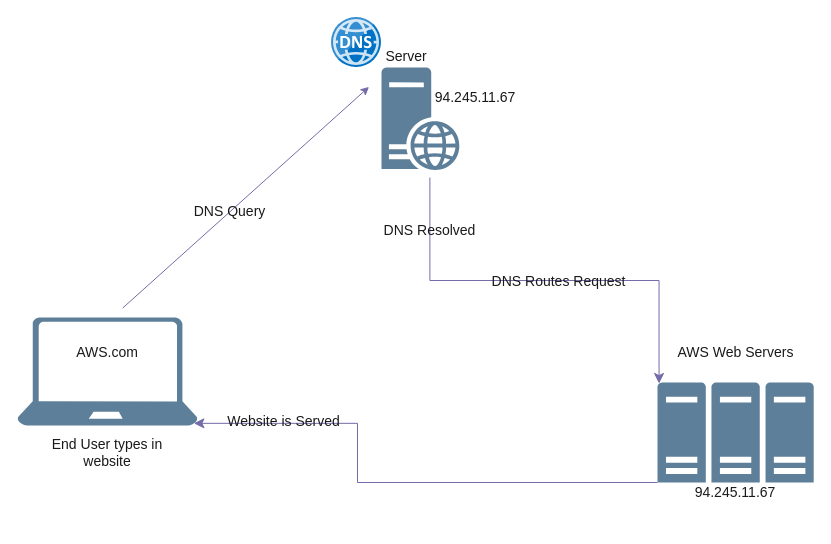
Seagram789/Diagrams keeps this draw.io diagram as DNS Diagram.drawio. Above is the earlier version. Source tidied: cells renumbered, new cells numbered last; positions are measured from the earlier drawing's top-left corner, leaving out a move shared by most shapes. Both pictures are drawn from the tidied source at 100%, with x=0, y=0 at pixel (17, 17).
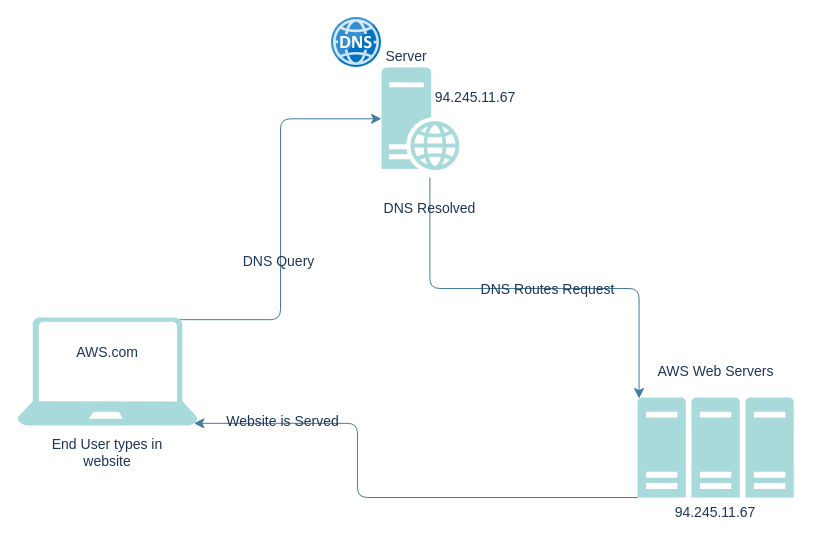
Above is the later version.

Diff of the diagram source:
```diff
@@
-    <mxCell id="2" style="shadow=0;dashed=0;html=1;strokeColor=none;labelPosition=center;verticalLabelPosition=bottom;verticalAlign=top;align=center;fillColor=#5D7F99;shape=mxgraph.mscae.enterprise.server_farm;labelBackgroundColor=none;fontColor=#1A1A1A;rounded=0;" parent="1" vertex="1">
-      <mxGeometry x="640" y="365" width="156.2" height="100" as="geometry" />
-    </mxCell>
-    <mxCell id="3" style="image;html=1;align=center;fontSize=12;image=img/lib/mscae/DNS.svg;labelBackgroundColor=none;fillColor=#5D7F99;strokeColor=#D0CEE2;fontColor=#1A1A1A;rounded=0;" parent="1" vertex="1">
-      <mxGeometry x="314" width="50" height="50" as="geometry" />
-    </mxCell>
-    <mxCell id="4" style="shadow=0;dashed=0;html=1;strokeColor=none;labelPosition=center;verticalLabelPosition=bottom;verticalAlign=top;align=center;fillColor=#5D7F99;shape=mxgraph.azure.laptop;labelBackgroundColor=none;fontColor=#1A1A1A;rounded=0;" parent="1" vertex="1">
-      <mxGeometry y="300" width="180" height="108" as="geometry" />
-    </mxCell>
-    <mxCell id="5" value="&lt;font style=&quot;font-size: 14px;&quot;&gt;AWS.com&lt;/font&gt;" style="text;strokeColor=none;align=center;fillColor=none;html=1;verticalAlign=middle;whiteSpace=wrap;rounded=0;labelBackgroundColor=none;fontColor=#1A1A1A;" parent="1" vertex="1">
-      <mxGeometry x="60" y="320" width="60" height="30" as="geometry" />
-    </mxCell>
-    <mxCell id="6" value="&lt;font style=&quot;font-size: 14px;&quot;&gt;End User types in website&lt;/font&gt;" style="text;strokeColor=none;align=center;fillColor=none;html=1;verticalAlign=middle;whiteSpace=wrap;rounded=0;labelBackgroundColor=none;fontColor=#1A1A1A;" parent="1" vertex="1">
-      <mxGeometry x="30" y="420" width="120" height="30" as="geometry" />
-    </mxCell>
-    <mxCell id="7" style="endArrow=classic;html=1;rounded=0;entryX=-0.112;entryY=0.094;entryDx=0;entryDy=0;entryPerimeter=0;exitX=0.584;exitY=-0.087;exitDx=0;exitDy=0;exitPerimeter=0;labelBackgroundColor=none;strokeColor=#736CA8;fontColor=default;" parent="1" edge="1" source="4">
-      <mxGeometry relative="1" as="geometry">
-        <mxPoint x="351.5" y="69.4" as="targetPoint" />
-      </mxGeometry>
-    </mxCell>
-    <mxCell id="8" value="&lt;font style=&quot;font-size: 14px;&quot;&gt;DNS Query&lt;/font&gt;" style="edgeLabel;html=1;align=center;verticalAlign=middle;labelBackgroundColor=none;fontColor=#1A1A1A;rounded=0;" parent="7" vertex="1">
-      <mxGeometry x="-0.13" y="1" relative="1" as="geometry" />
-    </mxCell>
-    <mxCell id="9" style="edgeStyle=elbowEdgeStyle;elbow=horizontal;endArrow=classic;html=1;curved=0;rounded=0;endSize=8;startSize=8;entryX=0.98;entryY=0.98;entryDx=0;entryDy=0;entryPerimeter=0;exitX=0;exitY=1;exitDx=0;exitDy=0;exitPerimeter=0;labelBackgroundColor=none;strokeColor=#736CA8;fontColor=default;" parent="1" edge="1" source="2" target="4">
+    <mxCell id="9" style="edgeStyle=elbowEdgeStyle;elbow=horizontal;endArrow=classic;html=1;curved=0;rounded=1;endSize=8;startSize=8;entryX=0.98;entryY=0.98;entryDx=0;entryDy=0;entryPerimeter=0;exitX=0;exitY=1;exitDx=0;exitDy=0;exitPerimeter=0;labelBackgroundColor=none;strokeColor=#457B9D;fontColor=default;" parent="1" edge="1" source="2" target="4">
       <mxGeometry relative="1" as="geometry">
         <Array as="points">
           <mxPoint x="340" y="370" />
         </Array>
       </mxGeometry>
     </mxCell>
-    <mxCell id="10" value="&lt;font style=&quot;font-size: 14px;&quot;&gt;Website is Served&lt;/font&gt;" style="edgeLabel;html=1;align=center;verticalAlign=middle;labelBackgroundColor=none;fontColor=#1A1A1A;rounded=0;" parent="9" vertex="1">
+    <mxCell id="10" value="&lt;font style=&quot;font-size: 14px;&quot;&gt;Website is Served&lt;/font&gt;" style="edgeLabel;html=1;align=center;verticalAlign=middle;labelBackgroundColor=none;fontColor=#1D3557;rounded=1;" parent="9" vertex="1">
       <mxGeometry x="0.66" y="-2" relative="1" as="geometry" />
     </mxCell>
-    <mxCell id="11" style="edgeStyle=elbowEdgeStyle;elbow=vertical;endArrow=classic;html=1;curved=0;rounded=0;endSize=8;startSize=8;exitX=0.69;exitY=1;exitDx=0;exitDy=0;exitPerimeter=0;entryX=0.01;entryY=0.01;entryDx=0;entryDy=0;entryPerimeter=0;labelBackgroundColor=none;strokeColor=#736CA8;fontColor=default;" parent="1" edge="1" target="2">
+    <mxCell id="11" style="edgeStyle=elbowEdgeStyle;elbow=vertical;endArrow=classic;html=1;curved=0;rounded=1;endSize=8;startSize=8;exitX=0.69;exitY=1;exitDx=0;exitDy=0;exitPerimeter=0;entryX=0.01;entryY=0.01;entryDx=0;entryDy=0;entryPerimeter=0;labelBackgroundColor=none;strokeColor=#457B9D;fontColor=default;" parent="1" edge="1" target="2">
       <mxGeometry relative="1" as="geometry">
         <mxPoint x="412.4" y="160" as="sourcePoint" />
       </mxGeometry>
     </mxCell>
-    <mxCell id="12" value="&lt;font style=&quot;font-size: 14px;&quot;&gt;DNS Resolved&lt;/font&gt;" style="edgeLabel;html=1;align=center;verticalAlign=middle;labelBackgroundColor=none;fontColor=#1A1A1A;rounded=0;" parent="11" vertex="1">
-      <mxGeometry x="-0.76" y="-1" relative="1" as="geometry" />
+    <mxCell id="12" value="&lt;font style=&quot;font-size: 14px;&quot;&gt;DNS Resolved&lt;/font&gt;" style="edgeLabel;html=1;align=center;verticalAlign=middle;labelBackgroundColor=none;fontColor=#1D3557;rounded=1;" parent="11" vertex="1">
+      <mxGeometry x="-0.76" y="-1" relative="1" as="geometry">
+        <mxPoint y="-22" as="offset" />
+      </mxGeometry>
     </mxCell>
-    <mxCell id="13" value="&lt;font style=&quot;font-size: 14px;&quot;&gt;DNS Routes Request&lt;/font&gt;" style="edgeLabel;html=1;align=center;verticalAlign=middle;labelBackgroundColor=none;fontColor=#1A1A1A;rounded=0;" parent="11" vertex="1">
+    <mxCell id="13" value="&lt;font style=&quot;font-size: 14px;&quot;&gt;DNS Routes Request&lt;/font&gt;" style="edgeLabel;html=1;align=center;verticalAlign=middle;labelBackgroundColor=none;fontColor=#1D3557;rounded=1;" parent="11" vertex="1">
       <mxGeometry x="0.2" relative="1" as="geometry">
         <mxPoint x="-30" as="offset" />
       </mxGeometry>
     </mxCell>
+    <mxCell id="19" style="edgeStyle=elbowEdgeStyle;elbow=horizontal;endArrow=classic;html=1;curved=0;rounded=1;endSize=8;startSize=8;strokeColor=#457B9D;fontColor=default;exitX=0.9;exitY=0.02;exitDx=0;exitDy=0;exitPerimeter=0;entryX=0;entryY=0.5;entryDx=0;entryDy=0;entryPerimeter=0;labelBackgroundColor=none;" parent="1" edge="1" source="4" target="16">
+      <mxGeometry relative="1" as="geometry" />
+    </mxCell>
+    <mxCell id="8" value="&lt;font style=&quot;font-size: 14px;&quot;&gt;DNS Query&lt;/font&gt;" style="edgeLabel;html=1;align=center;verticalAlign=middle;fontColor=#1D3557;rounded=1;labelBackgroundColor=none;" parent="19" vertex="1">
+      <mxGeometry x="-0.23" relative="1" as="geometry">
+        <mxPoint x="-3" y="-5" as="offset" />
+      </mxGeometry>
+    </mxCell>
+    <mxCell id="20" style="group;" parent="1" vertex="1">
+      <mxGeometry x="620" y="339" width="156.2" height="171" as="geometry" />
+    </mxCell>
+    <mxCell id="2" style="shadow=0;dashed=0;html=1;strokeColor=none;labelPosition=center;verticalLabelPosition=bottom;verticalAlign=top;align=center;fillColor=#A8DADC;shape=mxgraph.mscae.enterprise.server_farm;labelBackgroundColor=none;fontColor=#1D3557;rounded=1;" parent="20" vertex="1">
+      <mxGeometry y="41" width="156.2" height="100" as="geometry" />
+    </mxCell>
+    <mxCell id="17" value="&lt;font style=&quot;font-size: 14px;&quot;&gt;AWS Web Servers&lt;/font&gt;" style="text;strokeColor=none;align=center;fillColor=none;html=1;verticalAlign=middle;whiteSpace=wrap;rounded=1;labelBackgroundColor=none;fontColor=#1D3557;" parent="20" vertex="1">
+      <mxGeometry x="9.7" width="136.9" height="30" as="geometry" />
+    </mxCell>
+    <mxCell id="18" value="&lt;font style=&quot;font-size: 14px;&quot;&gt;94.245.11.67&lt;/font&gt;" style="text;strokeColor=none;align=center;fillColor=none;html=1;verticalAlign=middle;whiteSpace=wrap;rounded=1;labelBackgroundColor=none;fontColor=#1D3557;" parent="20" vertex="1">
+      <mxGeometry x="48.1" y="141" width="60" height="30" as="geometry" />
+    </mxCell>
+    <mxCell id="21" style="group;" parent="1" vertex="1">
+      <mxGeometry y="300" width="180" height="150" as="geometry" />
+    </mxCell>
+    <mxCell id="4" style="shadow=0;dashed=0;html=1;strokeColor=none;labelPosition=center;verticalLabelPosition=bottom;verticalAlign=top;align=center;fillColor=#A8DADC;shape=mxgraph.azure.laptop;labelBackgroundColor=none;fontColor=#1D3557;rounded=1;" parent="21" vertex="1">
+      <mxGeometry width="180" height="108" as="geometry" />
+    </mxCell>
+    <mxCell id="5" value="&lt;font style=&quot;font-size: 14px;&quot;&gt;AWS.com&lt;/font&gt;" style="text;strokeColor=none;align=center;fillColor=none;html=1;verticalAlign=middle;whiteSpace=wrap;rounded=1;labelBackgroundColor=none;fontColor=#1D3557;" parent="21" vertex="1">
+      <mxGeometry x="60" y="20" width="60" height="30" as="geometry" />
+    </mxCell>
+    <mxCell id="6" value="&lt;font style=&quot;font-size: 14px;&quot;&gt;End User types in website&lt;/font&gt;" style="text;strokeColor=none;align=center;fillColor=none;html=1;verticalAlign=middle;whiteSpace=wrap;rounded=1;labelBackgroundColor=none;fontColor=#1D3557;" parent="21" vertex="1">
+      <mxGeometry x="30" y="120" width="120" height="30" as="geometry" />
+    </mxCell>
+    <mxCell id="22" style="group;" parent="1" vertex="1">
+      <mxGeometry x="314" width="174" height="152.6" as="geometry" />
+    </mxCell>
+    <mxCell id="3" style="image;html=1;align=center;fontSize=12;image=img/lib/mscae/DNS.svg;labelBackgroundColor=none;fillColor=#A8DADC;strokeColor=#457B9D;fontColor=#1D3557;rounded=1;" parent="22" vertex="1">
+      <mxGeometry width="50" height="50" as="geometry" />
+    </mxCell>
-    <mxCell id="14" value="&lt;font style=&quot;font-size: 14px;&quot;&gt;Server&lt;/font&gt;" style="text;strokeColor=none;align=center;fillColor=none;html=1;verticalAlign=middle;whiteSpace=wrap;rounded=0;labelBackgroundColor=none;fontColor=#1A1A1A;" parent="1" vertex="1">
-      <mxGeometry x="359" y="24" width="60" height="30" as="geometry" />
+    <mxCell id="14" value="&lt;font style=&quot;font-size: 14px;&quot;&gt;Server&lt;/font&gt;" style="text;strokeColor=none;align=center;fillColor=none;html=1;verticalAlign=middle;whiteSpace=wrap;rounded=1;labelBackgroundColor=none;fontColor=#1D3557;" parent="22" vertex="1">
+      <mxGeometry x="45" y="24" width="60" height="30" as="geometry" />
     </mxCell>
-    <mxCell id="15" value="&lt;font style=&quot;font-size: 14px;&quot;&gt;94.245.11.67&lt;/font&gt;" style="text;strokeColor=none;align=center;fillColor=none;html=1;verticalAlign=middle;whiteSpace=wrap;rounded=0;labelBackgroundColor=none;fontColor=#1A1A1A;" parent="1" vertex="1">
-      <mxGeometry x="428" y="65" width="60" height="30" as="geometry" />
+    <mxCell id="15" value="&lt;font style=&quot;font-size: 14px;&quot;&gt;94.245.11.67&lt;/font&gt;" style="text;strokeColor=none;align=center;fillColor=none;html=1;verticalAlign=middle;whiteSpace=wrap;rounded=1;labelBackgroundColor=none;fontColor=#1D3557;" parent="22" vertex="1">
+      <mxGeometry x="114" y="65" width="60" height="30" as="geometry" />
     </mxCell>
-    <mxCell id="16" style="shadow=0;dashed=0;html=1;strokeColor=none;labelPosition=center;verticalLabelPosition=bottom;verticalAlign=top;align=center;fillColor=#5D7F99;shape=mxgraph.mscae.enterprise.web_server;labelBackgroundColor=none;fontColor=#1A1A1A;rounded=0;" parent="1" vertex="1">
-      <mxGeometry x="364" y="50" width="78" height="102.6" as="geometry" />
+    <mxCell id="16" style="shadow=0;dashed=0;html=1;strokeColor=none;labelPosition=center;verticalLabelPosition=bottom;verticalAlign=top;align=center;fillColor=#A8DADC;shape=mxgraph.mscae.enterprise.web_server;labelBackgroundColor=none;fontColor=#1D3557;rounded=1;" parent="22" vertex="1">
+      <mxGeometry x="50" y="50" width="78" height="102.6" as="geometry" />
     </mxCell>
-    <mxCell id="17" value="&lt;font style=&quot;font-size: 14px;&quot;&gt;AWS Web Servers&lt;/font&gt;" style="text;strokeColor=none;align=center;fillColor=none;html=1;verticalAlign=middle;whiteSpace=wrap;rounded=0;labelBackgroundColor=none;fontColor=#1A1A1A;" parent="1" vertex="1">
-      <mxGeometry x="649.7" y="320" width="136.9" height="30" as="geometry" />
-    </mxCell>
-    <mxCell id="18" value="&lt;font style=&quot;font-size: 14px;&quot;&gt;94.245.11.67&lt;/font&gt;" style="text;strokeColor=none;align=center;fillColor=none;html=1;verticalAlign=middle;whiteSpace=wrap;rounded=0;labelBackgroundColor=none;fontColor=#1A1A1A;" parent="1" vertex="1">
-      <mxGeometry x="688.1" y="460" width="60" height="30" as="geometry" />
-    </mxCell>
```
